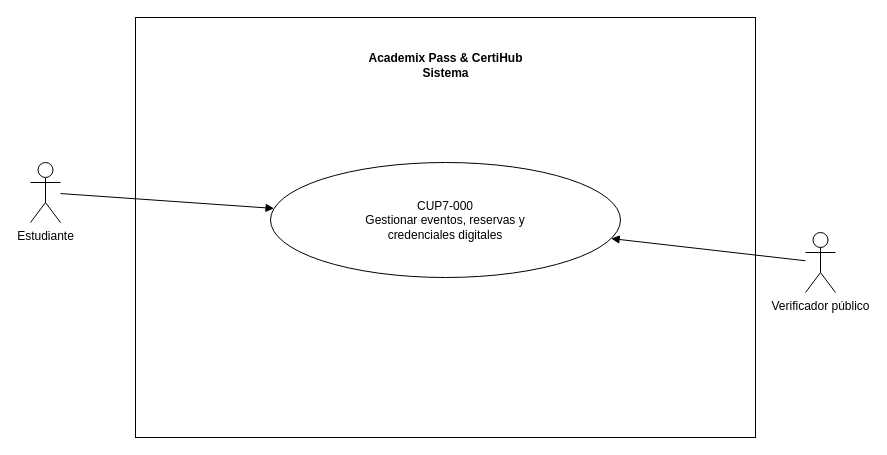
The draw.io diagram Documentacion/Practica7/CDU/CDU_AltoNivel_P7_202307691.drawio in thanya-gate/SA_PROYECTO_202307691, before the edit. Source tidied: cells renumbered, new cells numbered last; positions are measured from the earlier drawing's top-left corner, leaving out a move shared by most shapes. Both pictures are drawn from the tidied source at 100%, with x=0, y=0 at pixel (30, 17).
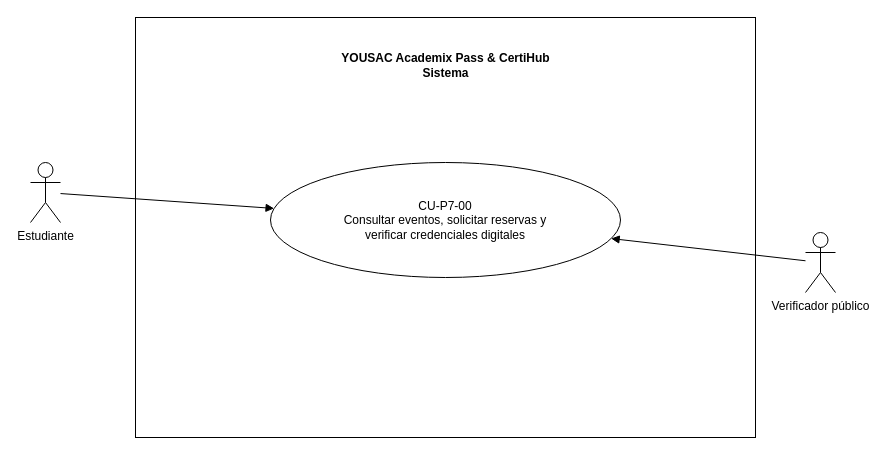
The same page after the edit.

Diff of the diagram source:
```diff
@@
 <mxGraphModel>
   <root>
     <mxCell id="0" />
     <mxCell id="1" parent="0" />
     <mxCell id="2" style="html=1;whiteSpace=wrap;" parent="1" vertex="1">
       <mxGeometry x="105" width="620" height="420" as="geometry" />
     </mxCell>
-    <mxCell id="3" value="Academix Pass &amp; CertiHub&lt;br&gt;Sistema" style="text;align=center;fontStyle=1;verticalAlign=middle;spacingLeft=3;spacingRight=3;strokeColor=none;html=1;" parent="1" vertex="1">
+    <mxCell id="3" value="YOUSAC Academix Pass &amp; CertiHub&lt;br&gt;Sistema" style="text;align=center;fontStyle=1;verticalAlign=middle;spacingLeft=3;spacingRight=3;strokeColor=none;html=1;" parent="1" vertex="1">
       <mxGeometry x="255" y="20" width="320" height="55" as="geometry" />
     </mxCell>
     <mxCell id="4" value="Estudiante" style="shape=umlActor;verticalLabelPosition=bottom;verticalAlign=top;html=1;" parent="1" vertex="1">
       <mxGeometry y="145" width="30" height="60" as="geometry" />
     </mxCell>
     <mxCell id="5" value="Verificador público" style="shape=umlActor;verticalLabelPosition=bottom;verticalAlign=top;html=1;" parent="1" vertex="1">
       <mxGeometry x="775" y="215" width="30" height="60" as="geometry" />
     </mxCell>
-    <mxCell id="6" value="CUP7-000&lt;br&gt;Gestionar eventos, reservas y&lt;br&gt;credenciales digitales" style="ellipse;whiteSpace=wrap;html=1;" parent="1" vertex="1">
+    <mxCell id="6" value="CU-P7-00&lt;br&gt;Consultar eventos, solicitar reservas y&lt;br&gt;verificar credenciales digitales" style="ellipse;whiteSpace=wrap;html=1;" parent="1" vertex="1">
       <mxGeometry x="240" y="145" width="350" height="115" as="geometry" />
     </mxCell>
     <mxCell id="7" style="rounded=0;jettySize=auto;html=1;endArrow=block;endFill=1;" parent="1" edge="1" source="4" target="6">
       <mxGeometry relative="1" as="geometry" />
     </mxCell>
     <mxCell id="8" style="rounded=0;jettySize=auto;html=1;endArrow=block;endFill=1;" parent="1" edge="1" source="5" target="6">
       <mxGeometry relative="1" as="geometry" />
     </mxCell>
   </root>
 </mxGraphModel>
```
